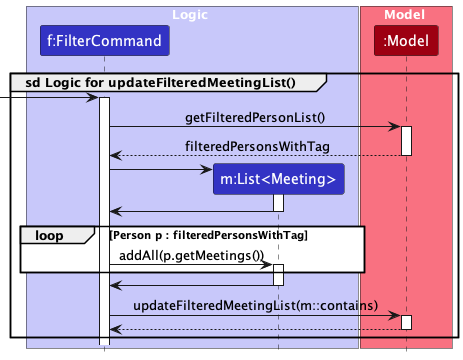
The PlantUML diagram docs/images/FilterSequenceDiagram_2.png in sethteo/tp, before a commit.
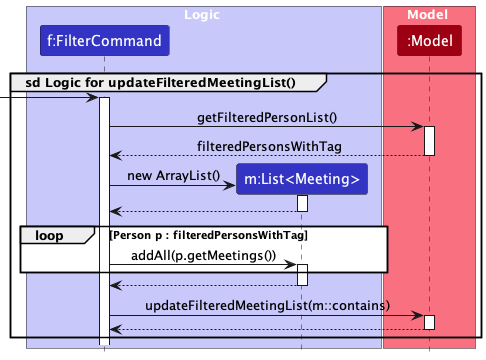
Above is the later version.

Commit message:
Update filter sequence diagram

Diff of the diagram source:
```diff
@@ -24,10 +24,10 @@
     deactivate Model
 
     create MeetingList
-    FilterCommand -> MeetingList
+    FilterCommand -> MeetingList : new ArrayList()
     activate MeetingList
 
-    MeetingList -> FilterCommand
+    MeetingList --> FilterCommand
     deactivate MeetingList
 
 
@@ -36,7 +36,7 @@
         activate MeetingList
     end
 
-    MeetingList -> FilterCommand :
+    MeetingList --> FilterCommand :
     deactivate MeetingList
 
 
```
